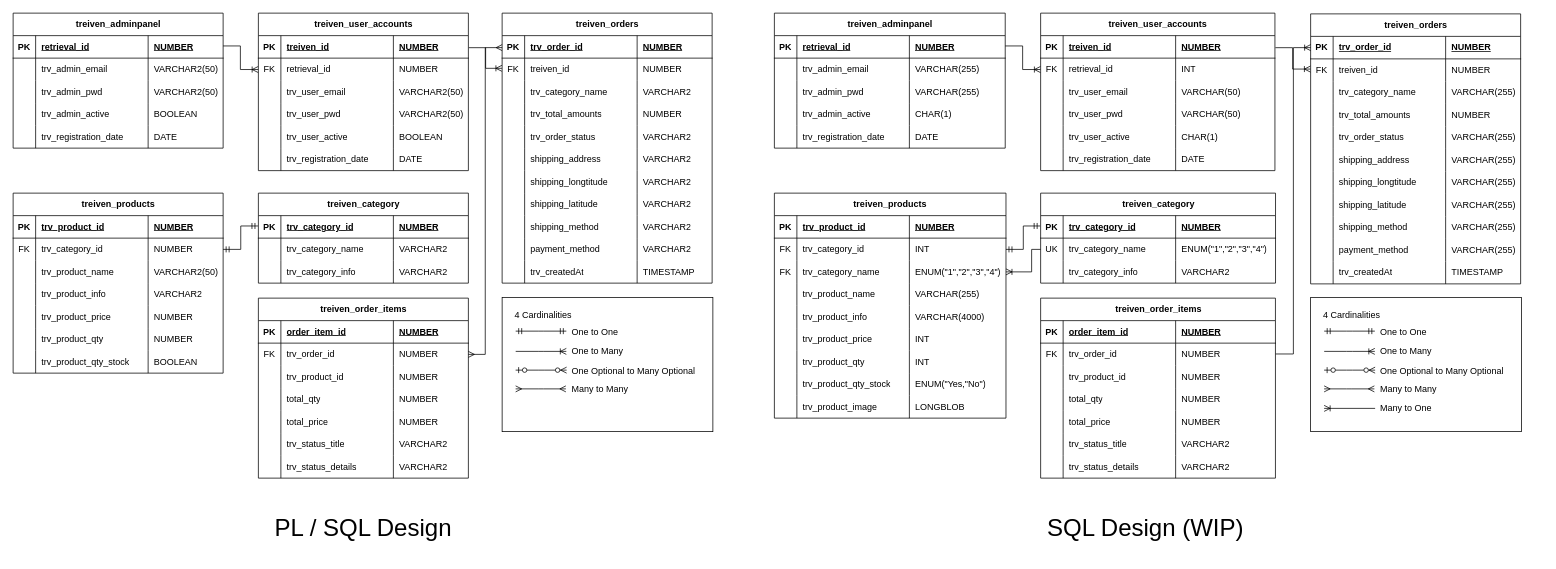
Before: public/treiven.drawio in lash0000/im101, a draw.io diagram. Source tidied: cells renumbered, new cells numbered last; positions are measured from the earlier drawing's top-left corner, leaving out a move shared by most shapes. Both pictures are drawn from the tidied source at 75%, with x=0, y=0 at pixel (13, 13).
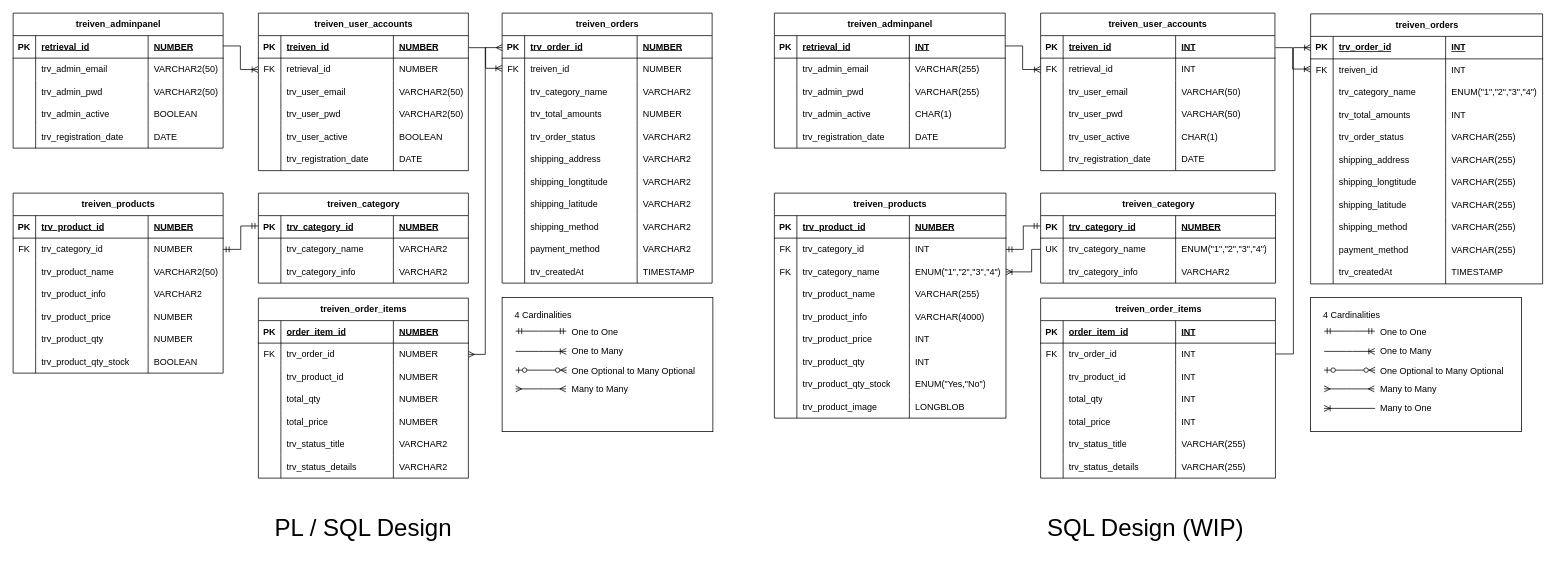
Above is the later version.

Commit message:
ano naa

Unchanged cells that the change refers to:
```xml
<mxCell id="181" style="shape=tableRow;horizontal=0;startSize=0;swimlaneHead=0;swimlaneBody=0;fillColor=none;points=[[0,0.5],[1,0.5]];portConstraint=eastwest;top=0;left=0;right=0;bottom=1;" parent="180" vertex="1">
  <mxGeometry y="30" width="307.8" height="30" as="geometry" />
</mxCell>
<mxCell id="202" style="shape=tableRow;horizontal=0;startSize=0;swimlaneHead=0;swimlaneBody=0;fillColor=none;points=[[0,0.5],[1,0.5]];portConstraint=eastwest;top=0;left=0;right=0;bottom=1;" parent="201" vertex="1">
  <mxGeometry y="30" width="312.4" height="30" as="geometry" />
</mxCell>
<mxCell id="277" style="shape=tableRow;horizontal=0;startSize=0;swimlaneHead=0;swimlaneBody=0;fillColor=none;top=0;left=0;right=0;bottom=1;" parent="276" vertex="1">
  <mxGeometry y="30" width="313.1" height="30" as="geometry" />
</mxCell>
<mxCell id="281" style="shape=tableRow;horizontal=0;startSize=0;swimlaneHead=0;swimlaneBody=0;fillColor=none;points=[[0,0.5],[1,0.5]];portConstraint=eastwest;top=0;left=0;right=0;bottom=0;" parent="276" vertex="1">
  <mxGeometry y="60" width="313.1" height="30" as="geometry" />
</mxCell>
<mxCell id="285" style="shape=tableRow;horizontal=0;startSize=0;swimlaneHead=0;swimlaneBody=0;fillColor=none;top=0;left=0;right=0;bottom=0;" parent="276" vertex="1">
  <mxGeometry y="90" width="313.1" height="30" as="geometry" />
</mxCell>
<mxCell id="289" style="shape=tableRow;horizontal=0;startSize=0;swimlaneHead=0;swimlaneBody=0;fillColor=none;top=0;left=0;right=0;bottom=0;" parent="276" vertex="1">
  <mxGeometry y="120" width="313.1" height="30" as="geometry" />
</mxCell>
<mxCell id="293" style="shape=tableRow;horizontal=0;startSize=0;swimlaneHead=0;swimlaneBody=0;fillColor=none;top=0;left=0;right=0;bottom=0;" parent="276" vertex="1">
  <mxGeometry y="150" width="313.1" height="30" as="geometry" />
</mxCell>
<mxCell id="297" style="shape=tableRow;horizontal=0;startSize=0;swimlaneHead=0;swimlaneBody=0;fillColor=none;top=0;left=0;right=0;bottom=0;" parent="276" vertex="1">
  <mxGeometry y="180" width="313.1" height="30" as="geometry" />
</mxCell>
<mxCell id="301" style="shape=tableRow;horizontal=0;startSize=0;swimlaneHead=0;swimlaneBody=0;fillColor=none;top=0;left=0;right=0;bottom=0;" parent="276" vertex="1">
  <mxGeometry y="210" width="313.1" height="30" as="geometry" />
</mxCell>
```

What changed in the source:
```diff
@@
-    <mxCell id="184" value="NUMBER" style="shape=partialRectangle;fillColor=none;top=0;left=0;bottom=0;right=0;align=left;spacingLeft=6;fontStyle=5;overflow=hidden;whiteSpace=wrap;html=1;" parent="181" vertex="1">
+    <mxCell id="184" value="INT" style="shape=partialRectangle;fillColor=none;top=0;left=0;bottom=0;right=0;align=left;spacingLeft=6;fontStyle=5;overflow=hidden;whiteSpace=wrap;html=1;" parent="181" vertex="1">
       <mxGeometry x="180" width="127.8" height="30" as="geometry" />
     </mxCell>
@@
-    <mxCell id="205" value="NUMBER" style="shape=partialRectangle;fillColor=none;top=0;left=0;bottom=0;right=0;align=left;spacingLeft=6;fontStyle=5;overflow=hidden;whiteSpace=wrap;html=1;" parent="202" vertex="1">
+    <mxCell id="205" value="INT" style="shape=partialRectangle;fillColor=none;top=0;left=0;bottom=0;right=0;align=left;spacingLeft=6;fontStyle=5;overflow=hidden;whiteSpace=wrap;html=1;" parent="202" vertex="1">
       <mxGeometry x="180" width="132.4" height="30" as="geometry" />
     </mxCell>
@@
-    <mxCell id="280" value="NUMBER" style="shape=partialRectangle;fillColor=none;top=0;left=0;bottom=0;right=0;align=left;spacingLeft=6;fontStyle=5;overflow=hidden;whiteSpace=wrap;html=1;" parent="277" vertex="1">
+    <mxCell id="280" value="INT" style="shape=partialRectangle;fillColor=none;top=0;left=0;bottom=0;right=0;align=left;spacingLeft=6;fontStyle=5;overflow=hidden;whiteSpace=wrap;html=1;" parent="277" vertex="1">
       <mxGeometry x="180" width="133.1" height="30" as="geometry" />
     </mxCell>
@@
-    <mxCell id="284" value="NUMBER" style="shape=partialRectangle;fillColor=none;top=0;left=0;bottom=0;right=0;align=left;spacingLeft=6;overflow=hidden;whiteSpace=wrap;html=1;" parent="281" vertex="1">
+    <mxCell id="284" value="INT" style="shape=partialRectangle;fillColor=none;top=0;left=0;bottom=0;right=0;align=left;spacingLeft=6;overflow=hidden;whiteSpace=wrap;html=1;" parent="281" vertex="1">
       <mxGeometry x="180" width="133.1" height="30" as="geometry" />
     </mxCell>
@@
-    <mxCell id="288" value="NUMBER" style="shape=partialRectangle;fillColor=none;top=0;left=0;bottom=0;right=0;align=left;spacingLeft=6;overflow=hidden;whiteSpace=wrap;html=1;" parent="285" vertex="1">
+    <mxCell id="288" value="INT" style="shape=partialRectangle;fillColor=none;top=0;left=0;bottom=0;right=0;align=left;spacingLeft=6;overflow=hidden;whiteSpace=wrap;html=1;" parent="285" vertex="1">
       <mxGeometry x="180" width="133.1" height="30" as="geometry" />
     </mxCell>
@@
-    <mxCell id="292" value="NUMBER" style="shape=partialRectangle;fillColor=none;top=0;left=0;bottom=0;right=0;align=left;spacingLeft=6;overflow=hidden;whiteSpace=wrap;html=1;" parent="289" vertex="1">
+    <mxCell id="292" value="INT" style="shape=partialRectangle;fillColor=none;top=0;left=0;bottom=0;right=0;align=left;spacingLeft=6;overflow=hidden;whiteSpace=wrap;html=1;" parent="289" vertex="1">
       <mxGeometry x="180" width="133.1" height="30" as="geometry" />
     </mxCell>
@@
-    <mxCell id="296" value="NUMBER" style="shape=partialRectangle;fillColor=none;top=0;left=0;bottom=0;right=0;align=left;spacingLeft=6;overflow=hidden;whiteSpace=wrap;html=1;" parent="293" vertex="1">
+    <mxCell id="296" value="INT" style="shape=partialRectangle;fillColor=none;top=0;left=0;bottom=0;right=0;align=left;spacingLeft=6;overflow=hidden;whiteSpace=wrap;html=1;" parent="293" vertex="1">
       <mxGeometry x="180" width="133.1" height="30" as="geometry" />
     </mxCell>
@@
-    <mxCell id="300" value="VARCHAR2" style="shape=partialRectangle;fillColor=none;top=0;left=0;bottom=0;right=0;align=left;spacingLeft=6;overflow=hidden;whiteSpace=wrap;html=1;" parent="297" vertex="1">
+    <mxCell id="300" value="VARCHAR(255)" style="shape=partialRectangle;fillColor=none;top=0;left=0;bottom=0;right=0;align=left;spacingLeft=6;overflow=hidden;whiteSpace=wrap;html=1;" parent="297" vertex="1">
       <mxGeometry x="180" width="133.1" height="30" as="geometry" />
     </mxCell>
@@
-    <mxCell id="304" value="VARCHAR2" style="shape=partialRectangle;fillColor=none;top=0;left=0;bottom=0;right=0;align=left;spacingLeft=6;overflow=hidden;whiteSpace=wrap;html=1;" parent="301" vertex="1">
+    <mxCell id="304" value="VARCHAR(255)" style="shape=partialRectangle;fillColor=none;top=0;left=0;bottom=0;right=0;align=left;spacingLeft=6;overflow=hidden;whiteSpace=wrap;html=1;" parent="301" vertex="1">
       <mxGeometry x="180" width="133.1" height="30" as="geometry" />
     </mxCell>
     <mxCell id="305" value="treiven_orders" style="shape=table;startSize=30;childLayout=tableLayout;rowLines=0;fontStyle=1;align=center;html=1;" parent="1" vertex="1">
-      <mxGeometry x="1730" y="1" width="280" height="360" as="geometry" />
+      <mxGeometry x="1730" y="1" width="309.3" height="360" as="geometry" />
     </mxCell>
     <mxCell id="306" style="shape=tableRow;horizontal=0;startSize=0;swimlaneHead=0;swimlaneBody=0;fillColor=none;points=[[0,0.5],[1,0.5]];portConstraint=eastwest;top=0;left=0;right=0;bottom=1;" parent="305" vertex="1">
-      <mxGeometry y="30" width="280" height="30" as="geometry" />
+      <mxGeometry y="30" width="309.3" height="30" as="geometry" />
     </mxCell>
@@
-    <mxCell id="309" value="NUMBER" style="shape=partialRectangle;fillColor=none;top=0;left=0;bottom=0;right=0;align=left;spacingLeft=6;fontStyle=5;overflow=hidden;whiteSpace=wrap;html=1;" parent="306" vertex="1">
-      <mxGeometry x="180" width="100" height="30" as="geometry" />
+    <mxCell id="309" value="INT" style="shape=partialRectangle;fillColor=none;top=0;left=0;bottom=0;right=0;align=left;spacingLeft=6;fontStyle=5;overflow=hidden;whiteSpace=wrap;html=1;" parent="306" vertex="1">
+      <mxGeometry x="180" width="129.3" height="30" as="geometry" />
     </mxCell>
     <mxCell id="310" style="shape=tableRow;horizontal=0;startSize=0;swimlaneHead=0;swimlaneBody=0;fillColor=none;points=[[0,0.5],[1,0.5]];portConstraint=eastwest;top=0;left=0;right=0;bottom=0;" parent="305" vertex="1">
-      <mxGeometry y="60" width="280" height="30" as="geometry" />
+      <mxGeometry y="60" width="309.3" height="30" as="geometry" />
     </mxCell>
@@
-    <mxCell id="313" value="NUMBER" style="shape=partialRectangle;fillColor=none;top=0;left=0;bottom=0;right=0;align=left;spacingLeft=6;overflow=hidden;whiteSpace=wrap;html=1;" parent="310" vertex="1">
-      <mxGeometry x="180" width="100" height="30" as="geometry" />
+    <mxCell id="313" value="INT" style="shape=partialRectangle;fillColor=none;top=0;left=0;bottom=0;right=0;align=left;spacingLeft=6;overflow=hidden;whiteSpace=wrap;html=1;" parent="310" vertex="1">
+      <mxGeometry x="180" width="129.3" height="30" as="geometry" />
     </mxCell>
     <mxCell id="314" style="shape=tableRow;horizontal=0;startSize=0;swimlaneHead=0;swimlaneBody=0;fillColor=none;top=0;left=0;right=0;bottom=0;" parent="305" vertex="1">
-      <mxGeometry y="90" width="280" height="30" as="geometry" />
+      <mxGeometry y="90" width="309.3" height="30" as="geometry" />
     </mxCell>
@@
-    <mxCell id="317" value="VARCHAR(255)" style="shape=partialRectangle;fillColor=none;top=0;left=0;bottom=0;right=0;align=left;spacingLeft=6;overflow=hidden;whiteSpace=wrap;html=1;" parent="314" vertex="1">
-      <mxGeometry x="180" width="100" height="30" as="geometry" />
+    <mxCell id="317" value="ENUM(&quot;1&quot;,&quot;2&quot;,&quot;3&quot;,&quot;4&quot;)" style="shape=partialRectangle;fillColor=none;top=0;left=0;bottom=0;right=0;align=left;spacingLeft=6;overflow=hidden;whiteSpace=wrap;html=1;" parent="314" vertex="1">
+      <mxGeometry x="180" width="129.3" height="30" as="geometry" />
     </mxCell>
     <mxCell id="318" style="shape=tableRow;horizontal=0;startSize=0;swimlaneHead=0;swimlaneBody=0;fillColor=none;top=0;left=0;right=0;bottom=0;" parent="305" vertex="1">
-      <mxGeometry y="120" width="280" height="30" as="geometry" />
+      <mxGeometry y="120" width="309.3" height="30" as="geometry" />
     </mxCell>
@@
-    <mxCell id="321" value="NUMBER" style="shape=partialRectangle;fillColor=none;top=0;left=0;bottom=0;right=0;align=left;spacingLeft=6;overflow=hidden;whiteSpace=wrap;html=1;" parent="318" vertex="1">
-      <mxGeometry x="180" width="100" height="30" as="geometry" />
+    <mxCell id="321" value="INT" style="shape=partialRectangle;fillColor=none;top=0;left=0;bottom=0;right=0;align=left;spacingLeft=6;overflow=hidden;whiteSpace=wrap;html=1;" parent="318" vertex="1">
+      <mxGeometry x="180" width="129.3" height="30" as="geometry" />
     </mxCell>
     <mxCell id="322" style="shape=tableRow;horizontal=0;startSize=0;swimlaneHead=0;swimlaneBody=0;fillColor=none;top=0;left=0;right=0;bottom=0;" parent="305" vertex="1">
-      <mxGeometry y="150" width="280" height="30" as="geometry" />
+      <mxGeometry y="150" width="309.3" height="30" as="geometry" />
     </mxCell>
@@
     <mxCell id="325" value="VARCHAR(255)" style="shape=partialRectangle;fillColor=none;top=0;left=0;bottom=0;right=0;align=left;spacingLeft=6;overflow=hidden;whiteSpace=wrap;html=1;" parent="322" vertex="1">
-      <mxGeometry x="180" width="100" height="30" as="geometry" />
+      <mxGeometry x="180" width="129.3" height="30" as="geometry" />
     </mxCell>
     <mxCell id="326" style="shape=tableRow;horizontal=0;startSize=0;swimlaneHead=0;swimlaneBody=0;fillColor=none;top=0;left=0;right=0;bottom=0;" parent="305" vertex="1">
-      <mxGeometry y="180" width="280" height="30" as="geometry" />
+      <mxGeometry y="180" width="309.3" height="30" as="geometry" />
     </mxCell>
@@
     <mxCell id="329" value="VARCHAR(255)" style="shape=partialRectangle;fillColor=none;top=0;left=0;bottom=0;right=0;align=left;spacingLeft=6;overflow=hidden;whiteSpace=wrap;html=1;" parent="326" vertex="1">
-      <mxGeometry x="180" width="100" height="30" as="geometry" />
+      <mxGeometry x="180" width="129.3" height="30" as="geometry" />
     </mxCell>
     <mxCell id="330" style="shape=tableRow;horizontal=0;startSize=0;swimlaneHead=0;swimlaneBody=0;fillColor=none;top=0;left=0;right=0;bottom=0;" parent="305" vertex="1">
-      <mxGeometry y="210" width="280" height="30" as="geometry" />
+      <mxGeometry y="210" width="309.3" height="30" as="geometry" />
     </mxCell>
@@
     <mxCell id="333" value="VARCHAR(255)" style="shape=partialRectangle;fillColor=none;top=0;left=0;bottom=0;right=0;align=left;spacingLeft=6;overflow=hidden;whiteSpace=wrap;html=1;" parent="330" vertex="1">
-      <mxGeometry x="180" width="100" height="30" as="geometry" />
+      <mxGeometry x="180" width="129.3" height="30" as="geometry" />
     </mxCell>
     <mxCell id="334" style="shape=tableRow;horizontal=0;startSize=0;swimlaneHead=0;swimlaneBody=0;fillColor=none;top=0;left=0;right=0;bottom=0;" parent="305" vertex="1">
-      <mxGeometry y="240" width="280" height="30" as="geometry" />
+      <mxGeometry y="240" width="309.3" height="30" as="geometry" />
     </mxCell>
@@
     <mxCell id="337" value="VARCHAR(255)" style="shape=partialRectangle;fillColor=none;top=0;left=0;bottom=0;right=0;align=left;spacingLeft=6;overflow=hidden;whiteSpace=wrap;html=1;" parent="334" vertex="1">
-      <mxGeometry x="180" width="100" height="30" as="geometry" />
+      <mxGeometry x="180" width="129.3" height="30" as="geometry" />
     </mxCell>
     <mxCell id="338" style="shape=tableRow;horizontal=0;startSize=0;swimlaneHead=0;swimlaneBody=0;fillColor=none;top=0;left=0;right=0;bottom=0;" parent="305" vertex="1">
-      <mxGeometry y="270" width="280" height="30" as="geometry" />
+      <mxGeometry y="270" width="309.3" height="30" as="geometry" />
     </mxCell>
@@
     <mxCell id="341" value="VARCHAR(255)" style="shape=partialRectangle;fillColor=none;top=0;left=0;bottom=0;right=0;align=left;spacingLeft=6;overflow=hidden;whiteSpace=wrap;html=1;" parent="338" vertex="1">
-      <mxGeometry x="180" width="100" height="30" as="geometry" />
+      <mxGeometry x="180" width="129.3" height="30" as="geometry" />
     </mxCell>
     <mxCell id="342" style="shape=tableRow;horizontal=0;startSize=0;swimlaneHead=0;swimlaneBody=0;fillColor=none;top=0;left=0;right=0;bottom=0;" parent="305" vertex="1">
-      <mxGeometry y="300" width="280" height="30" as="geometry" />
+      <mxGeometry y="300" width="309.3" height="30" as="geometry" />
     </mxCell>
@@
     <mxCell id="345" value="VARCHAR(255)" style="shape=partialRectangle;fillColor=none;top=0;left=0;bottom=0;right=0;align=left;spacingLeft=6;overflow=hidden;whiteSpace=wrap;html=1;" parent="342" vertex="1">
-      <mxGeometry x="180" width="100" height="30" as="geometry" />
+      <mxGeometry x="180" width="129.3" height="30" as="geometry" />
     </mxCell>
     <mxCell id="346" style="shape=tableRow;horizontal=0;startSize=0;swimlaneHead=0;swimlaneBody=0;fillColor=none;top=0;left=0;right=0;bottom=0;" parent="305" vertex="1">
-      <mxGeometry y="330" width="280" height="30" as="geometry" />
+      <mxGeometry y="330" width="309.3" height="30" as="geometry" />
     </mxCell>
@@
     <mxCell id="349" value="TIMESTAMP" style="shape=partialRectangle;fillColor=none;top=0;left=0;bottom=0;right=0;align=left;spacingLeft=6;overflow=hidden;whiteSpace=wrap;html=1;" parent="346" vertex="1">
-      <mxGeometry x="180" width="100" height="30" as="geometry" />
+      <mxGeometry x="180" width="129.3" height="30" as="geometry" />
     </mxCell>
```
